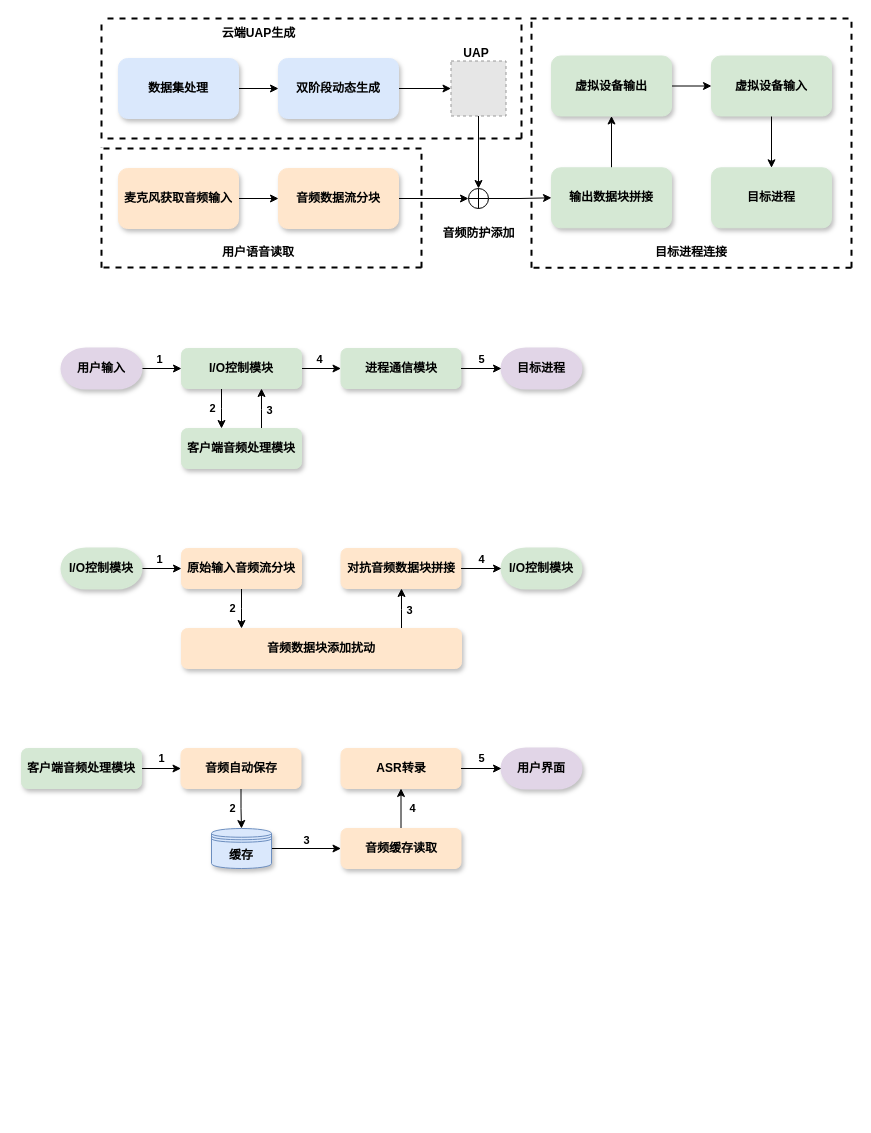
Earlier version of the draw.io diagram 信安作品赛-系统流程图.drawio (Momoyeyu/Draw.io-Repo). Source tidied: cells renumbered, new cells numbered last; positions are measured from the earlier drawing's top-left corner, leaving out a move shared by most shapes. Both pictures are drawn from the tidied source at 100%, with x=0, y=0 at pixel (21, 18). Pictures stored in the file or linked from it are replaced by grey dashed boxes.
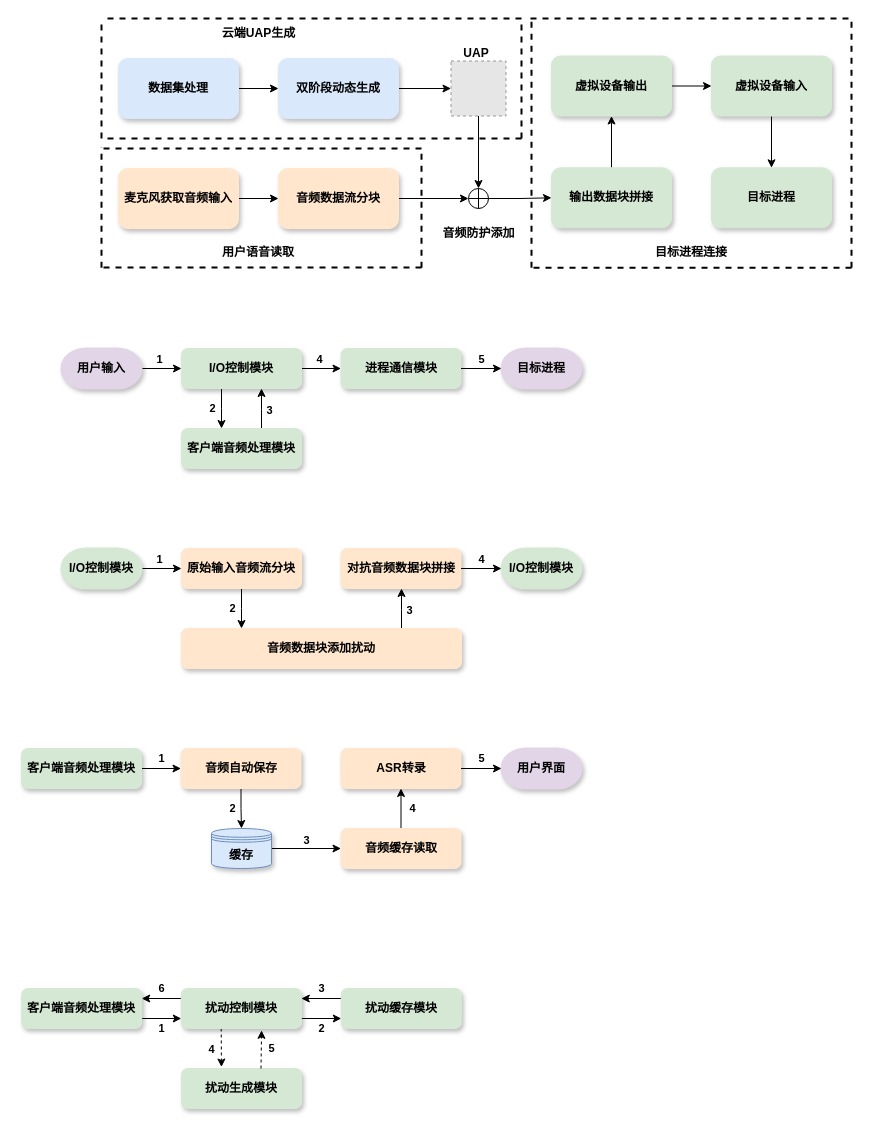
The same page after the edit.

Commit message:
更新信安作品赛-系统流程图.drawio

Change to the diagram source:
```diff
@@
+    <mxCell id="77" value="2" style="edgeStyle=orthogonalEdgeStyle;rounded=0;jettySize=auto;html=1;exitX=1;exitY=0.75;exitDx=0;exitDy=0;entryX=0;entryY=0.75;entryDx=0;entryDy=0;fontStyle=1;" parent="1" edge="1" source="81" target="85">
+      <mxGeometry x="0.01" y="-10" relative="1" as="geometry" />
+    </mxCell>
+    <mxCell id="78" value="6" style="edgeStyle=orthogonalEdgeStyle;rounded=0;jettySize=auto;html=1;exitX=0;exitY=0.25;exitDx=0;exitDy=0;entryX=1;entryY=0.25;entryDx=0;entryDy=0;fontStyle=1;" parent="1" edge="1" source="81" target="83">
+      <mxGeometry y="-10" relative="1" as="geometry" />
+    </mxCell>
+    <mxCell id="79" style="edgeStyle=orthogonalEdgeStyle;rounded=0;jettySize=auto;html=1;exitX=0.25;exitY=1;exitDx=0;exitDy=0;entryX=0.333;entryY=-0.037;entryDx=0;entryDy=0;entryPerimeter=0;dashed=1;fontStyle=1;" parent="1" edge="1" target="86">
+      <mxGeometry relative="1" as="geometry">
+        <mxPoint x="199.7" y="1010" as="sourcePoint" />
+      </mxGeometry>
+    </mxCell>
+    <mxCell id="80" value="4" style="edgeLabel;html=1;align=center;verticalAlign=middle;fontStyle=1;" parent="79" vertex="1">
+      <mxGeometry x="0.05" y="-1" relative="1" as="geometry">
+        <mxPoint x="-9" as="offset" />
+      </mxGeometry>
+    </mxCell>
+    <mxCell id="81" value="扰动控制模块" style="rounded=1;whiteSpace=wrap;html=1;fontStyle=1;fillColor=#d5e8d4;strokeColor=#D5E8D4;shadow=1;align=center;verticalAlign=middle;fontFamily=Helvetica;fontSize=12;fontColor=default;" parent="1" vertex="1">
+      <mxGeometry x="159.8" y="970" width="120" height="40" as="geometry" />
+    </mxCell>
+    <mxCell id="82" value="1" style="edgeStyle=orthogonalEdgeStyle;rounded=0;jettySize=auto;html=1;exitX=1;exitY=0.75;exitDx=0;exitDy=0;entryX=0;entryY=0.75;entryDx=0;entryDy=0;fontStyle=1;" parent="1" edge="1" source="83" target="81">
+      <mxGeometry y="-10" relative="1" as="geometry" />
+    </mxCell>
+    <mxCell id="83" value="客户端音频处理模块" style="rounded=1;whiteSpace=wrap;html=1;fontStyle=1;fillColor=#d5e8d4;strokeColor=#D5E8D4;shadow=1;align=center;verticalAlign=middle;fontFamily=Helvetica;fontSize=12;fontColor=default;" parent="1" vertex="1">
+      <mxGeometry x="0.2" y="970" width="120" height="40" as="geometry" />
+    </mxCell>
+    <mxCell id="84" value="3" style="edgeStyle=orthogonalEdgeStyle;rounded=0;jettySize=auto;html=1;exitX=0;exitY=0.25;exitDx=0;exitDy=0;entryX=1;entryY=0.25;entryDx=0;entryDy=0;fontStyle=1;" parent="1" edge="1" source="85" target="81">
+      <mxGeometry x="-0.01" y="-10" relative="1" as="geometry" />
+    </mxCell>
+    <mxCell id="85" value="扰动缓存模块" style="rounded=1;whiteSpace=wrap;html=1;fontStyle=1;fillColor=#d5e8d4;strokeColor=#D5E8D4;shadow=1;align=center;verticalAlign=middle;fontFamily=Helvetica;fontSize=12;fontColor=default;" parent="1" vertex="1">
+      <mxGeometry x="319.8" y="970" width="120" height="40" as="geometry" />
+    </mxCell>
+    <mxCell id="86" value="扰动生成模块" style="rounded=1;whiteSpace=wrap;html=1;fontStyle=1;fillColor=#d5e8d4;strokeColor=#D5E8D4;shadow=1;align=center;verticalAlign=middle;fontFamily=Helvetica;fontSize=12;fontColor=default;" parent="1" vertex="1">
+      <mxGeometry x="160" y="1050" width="120" height="40" as="geometry" />
+    </mxCell>
+    <mxCell id="87" value="5" style="edgeStyle=orthogonalEdgeStyle;rounded=0;jettySize=auto;html=1;exitX=0.75;exitY=0;exitDx=0;exitDy=0;entryX=0.669;entryY=1.046;entryDx=0;entryDy=0;entryPerimeter=0;dashed=1;fontStyle=1;" parent="1" edge="1" target="81">
+      <mxGeometry x="0.06" y="-10" relative="1" as="geometry">
+        <mxPoint x="239.5" y="1050" as="sourcePoint" />
+      </mxGeometry>
+    </mxCell>
```
